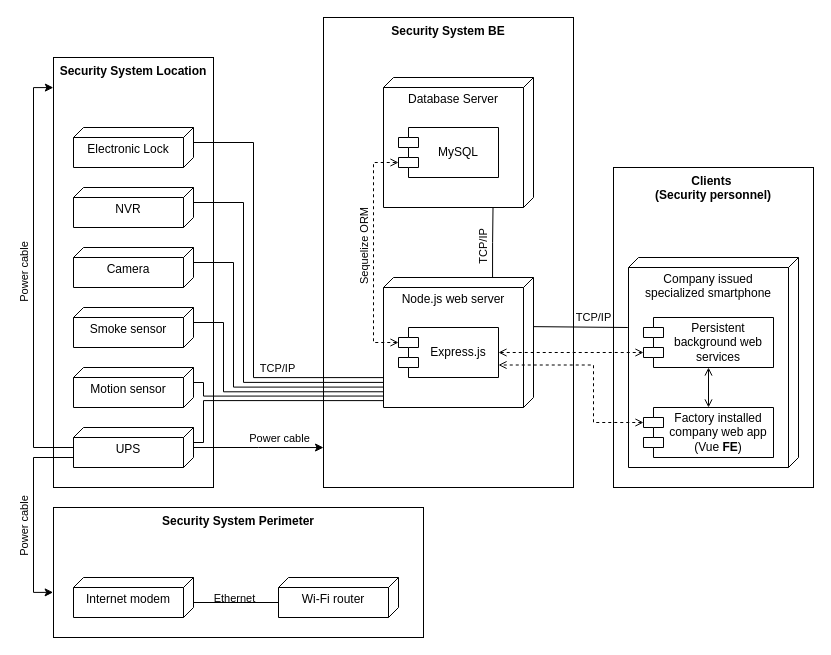
This is Deployment/d.drawio from IsmailSalehCode/UML-course-work, a draw.io file, before an edit. Source tidied: cells renumbered, new cells numbered last; positions are measured from the earlier drawing's top-left corner, leaving out a move shared by most shapes. Both pictures are drawn from the tidied source at 100%, with x=0, y=0 at pixel (33, 17).
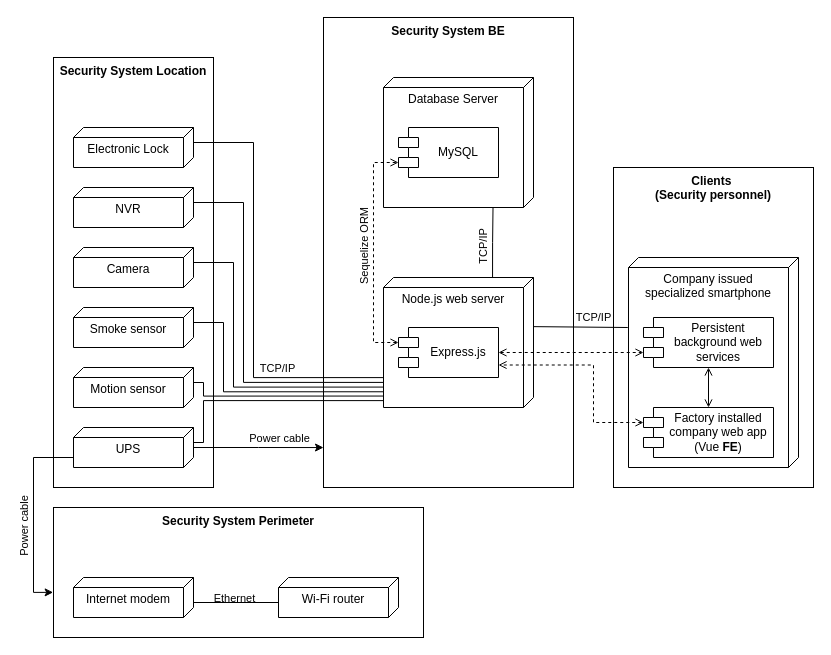
The same page after the edit.

The change refers to these unchanged cells:
```xml
<mxCell id="2" value="Security System Location" style="whiteSpace=wrap;html=1;fillColor=none;verticalAlign=top;fontStyle=1;" parent="1" vertex="1">
  <mxGeometry x="20" y="40" width="160" height="430" as="geometry" />
</mxCell>
<mxCell id="25" value="UPS" style="verticalAlign=top;align=center;spacingTop=8;spacingLeft=2;spacingRight=12;shape=cube;size=10;direction=south;fontStyle=0;html=1;whiteSpace=wrap;" parent="1" vertex="1">
  <mxGeometry x="40" y="410" width="120" height="40" as="geometry" />
</mxCell>
```

Change to the diagram source:
```diff
@@
-    <mxCell id="41" style="edgeStyle=orthogonalEdgeStyle;rounded=0;jettySize=auto;html=1;entryX=-0.001;entryY=0.07;entryDx=0;entryDy=0;entryPerimeter=0;endArrow=classic;endFill=1;" parent="1" edge="1" source="25" target="2">
-      <mxGeometry relative="1" as="geometry">
-        <Array as="points">
-          <mxPoint y="430" />
-          <mxPoint y="70" />
-        </Array>
-      </mxGeometry>
-    </mxCell>
-    <mxCell id="42" value="Power cable" style="edgeLabel;html=1;align=center;verticalAlign=middle;labelBackgroundColor=none;rotation=-90;" parent="41" vertex="1">
-      <mxGeometry x="0.02" relative="1" as="geometry">
-        <mxPoint x="-10" as="offset" />
-      </mxGeometry>
-    </mxCell>
```
